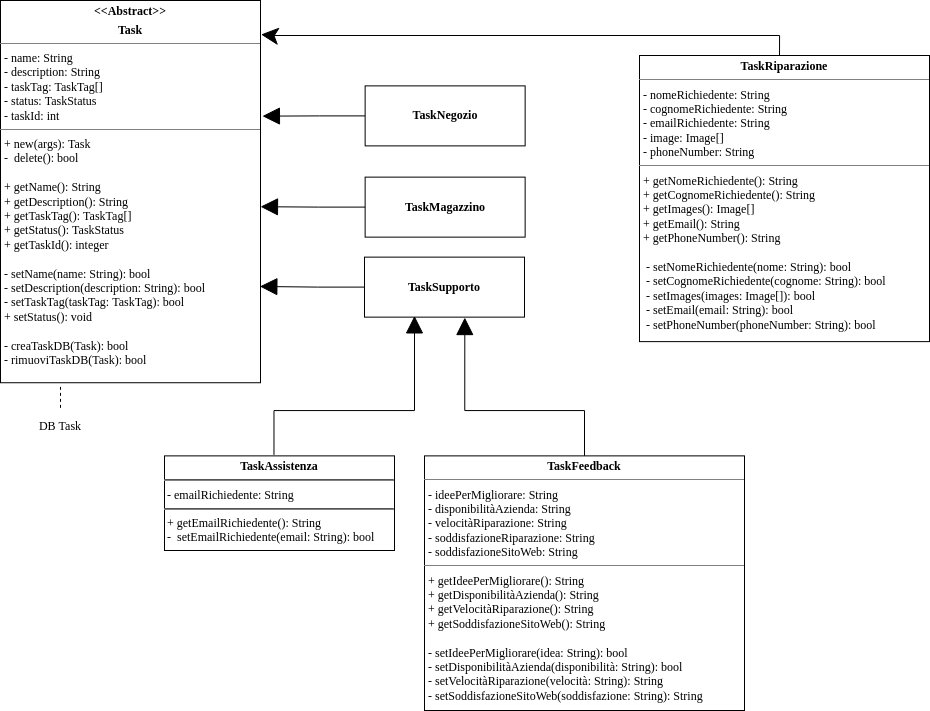
Before: third-deliverable/images/Diagramma_delle_classi_task1.png, a diagram exported from draw.io (IS-FixMi/Documentation-Source). Source tidied: cells renumbered, new cells last; positions are measured from the earlier drawing's top-left corner, leaving out a move shared by most shapes.
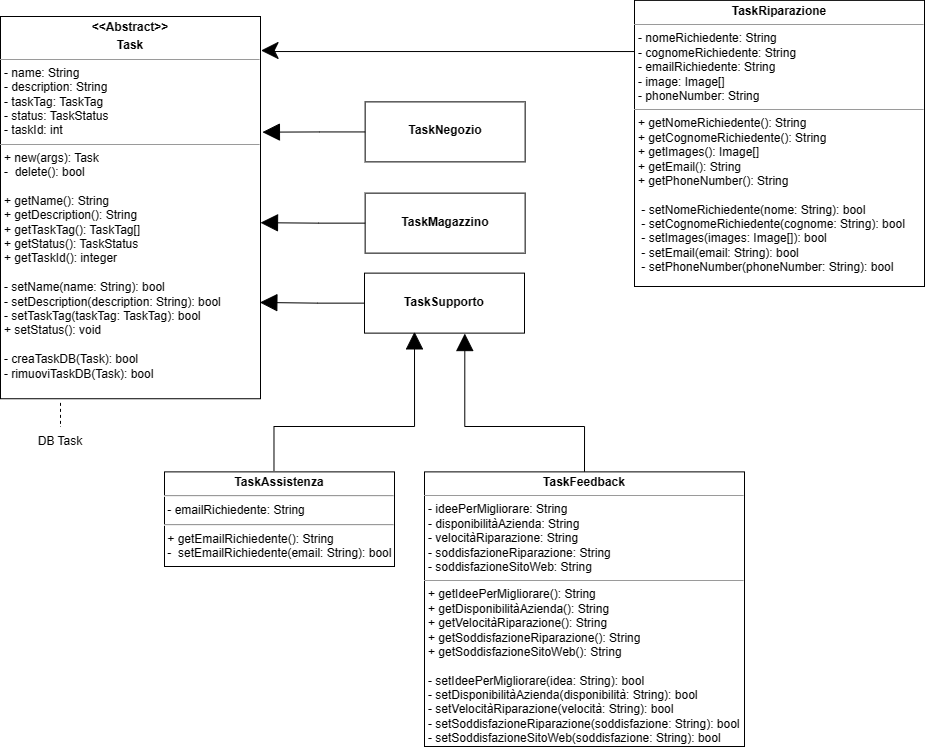
Later version of the same file.

Commit message:
Fixed some things and added descriptions of task riparazione, feedback and assistenza

The edit, as a diff of the source:
```diff
@@ -4,5 +4,5 @@
     <mxCell id="1" parent="0" />
-    <mxCell id="2" value="&lt;p style=&quot;margin:0px;margin-top:4px;text-align:center;&quot;&gt;&lt;b&gt;&amp;lt;&amp;lt;Abstract&amp;gt;&amp;gt;&lt;/b&gt;&lt;/p&gt;&lt;p style=&quot;margin:0px;margin-top:4px;text-align:center;&quot;&gt;&lt;b&gt;Task&lt;/b&gt;&lt;/p&gt;&lt;hr size=&quot;1&quot;&gt;&lt;p style=&quot;margin:0px;margin-left:4px;&quot;&gt;- name: String&lt;/p&gt;&lt;p style=&quot;margin:0px;margin-left:4px;&quot;&gt;- description: String&lt;/p&gt;&lt;p style=&quot;margin:0px;margin-left:4px;&quot;&gt;- taskTag: TaskTag[]&lt;/p&gt;&lt;p style=&quot;margin:0px;margin-left:4px;&quot;&gt;- status: TaskStatus&lt;/p&gt;&lt;p style=&quot;margin:0px;margin-left:4px;&quot;&gt;- taskId: int&lt;/p&gt;&lt;hr size=&quot;1&quot;&gt;&lt;p style=&quot;margin:0px;margin-left:4px;&quot;&gt;+ new(args): Task&lt;/p&gt;&lt;p style=&quot;margin:0px;margin-left:4px;&quot;&gt;-&amp;nbsp; delete(): bool&lt;/p&gt;&lt;p style=&quot;margin:0px;margin-left:4px;&quot;&gt;&lt;br&gt;&lt;/p&gt;&lt;p style=&quot;margin:0px;margin-left:4px;&quot;&gt;+ getName(): String&lt;/p&gt;&lt;p style=&quot;margin:0px;margin-left:4px;&quot;&gt;+ getDescription(): String&lt;/p&gt;&lt;p style=&quot;margin:0px;margin-left:4px;&quot;&gt;+ getTaskTag(): TaskTag[]&lt;/p&gt;&lt;p style=&quot;margin:0px;margin-left:4px;&quot;&gt;+ getStatus(): TaskStatus&lt;/p&gt;&lt;p style=&quot;margin:0px;margin-left:4px;&quot;&gt;&lt;span style=&quot;background-color: initial;&quot;&gt;+ getTaskId(): integer&lt;/span&gt;&lt;br&gt;&lt;/p&gt;&lt;p style=&quot;margin:0px;margin-left:4px;&quot;&gt;&lt;span style=&quot;background-color: initial;&quot;&gt;&lt;br&gt;&lt;/span&gt;&lt;/p&gt;&lt;p style=&quot;margin:0px;margin-left:4px;&quot;&gt;- setName(name: String): bool&lt;/p&gt;&lt;p style=&quot;margin:0px;margin-left:4px;&quot;&gt;- setDescription(description: String): bool&lt;/p&gt;&lt;p style=&quot;margin:0px;margin-left:4px;&quot;&gt;- setTaskTag(taskTag: TaskTag): bool&lt;/p&gt;&lt;p style=&quot;border-color: var(--border-color); margin: 0px 0px 0px 4px;&quot;&gt;+ setStatus(): void&lt;/p&gt;&lt;p style=&quot;border-color: var(--border-color); margin: 0px 0px 0px 4px;&quot;&gt;&lt;br&gt;&lt;/p&gt;&lt;p style=&quot;border-color: var(--border-color); margin: 0px 0px 0px 4px;&quot;&gt;- creaTaskDB(Task): bool&lt;/p&gt;&lt;p style=&quot;border-color: var(--border-color); margin: 0px 0px 0px 4px;&quot;&gt;- rimuoviTaskDB(Task): bool&lt;/p&gt;&lt;p style=&quot;border-color: var(--border-color); margin: 0px 0px 0px 4px;&quot;&gt;&lt;br&gt;&lt;/p&gt;&lt;div&gt;&lt;br&gt;&lt;/div&gt;" style="verticalAlign=top;align=left;overflow=fill;fontSize=12;fontFamily=Helvetica;html=1;whiteSpace=wrap;" parent="1" vertex="1">
-      <mxGeometry width="260" height="382.2" as="geometry" />
-    </mxCell>
+    <mxCell id="17" value="&lt;p style=&quot;margin:0px;margin-top:4px;text-align:center;&quot;&gt;&lt;b&gt;&amp;lt;&amp;lt;Abstract&amp;gt;&amp;gt;&lt;/b&gt;&lt;/p&gt;&lt;p style=&quot;margin:0px;margin-top:4px;text-align:center;&quot;&gt;&lt;b&gt;Task&lt;/b&gt;&lt;/p&gt;&lt;hr size=&quot;1&quot;&gt;&lt;p style=&quot;margin:0px;margin-left:4px;&quot;&gt;- name: String&lt;/p&gt;&lt;p style=&quot;margin:0px;margin-left:4px;&quot;&gt;- description: String&lt;/p&gt;&lt;p style=&quot;margin:0px;margin-left:4px;&quot;&gt;- taskTag: TaskTag&lt;/p&gt;&lt;p style=&quot;margin:0px;margin-left:4px;&quot;&gt;- status: TaskStatus&lt;/p&gt;&lt;p style=&quot;margin:0px;margin-left:4px;&quot;&gt;- taskId: int&lt;/p&gt;&lt;hr size=&quot;1&quot;&gt;&lt;p style=&quot;margin:0px;margin-left:4px;&quot;&gt;+ new(args): Task&lt;/p&gt;&lt;p style=&quot;margin:0px;margin-left:4px;&quot;&gt;-&amp;nbsp; delete(): bool&lt;/p&gt;&lt;p style=&quot;margin:0px;margin-left:4px;&quot;&gt;&lt;br&gt;&lt;/p&gt;&lt;p style=&quot;margin:0px;margin-left:4px;&quot;&gt;+ getName(): String&lt;/p&gt;&lt;p style=&quot;margin:0px;margin-left:4px;&quot;&gt;+ getDescription(): String&lt;/p&gt;&lt;p style=&quot;margin:0px;margin-left:4px;&quot;&gt;+ getTaskTag(): TaskTag[]&lt;/p&gt;&lt;p style=&quot;margin:0px;margin-left:4px;&quot;&gt;+ getStatus(): TaskStatus&lt;/p&gt;&lt;p style=&quot;margin:0px;margin-left:4px;&quot;&gt;&lt;span style=&quot;background-color: initial;&quot;&gt;+ getTaskId(): integer&lt;/span&gt;&lt;br&gt;&lt;/p&gt;&lt;p style=&quot;margin:0px;margin-left:4px;&quot;&gt;&lt;span style=&quot;background-color: initial;&quot;&gt;&lt;br&gt;&lt;/span&gt;&lt;/p&gt;&lt;p style=&quot;margin:0px;margin-left:4px;&quot;&gt;- setName(name: String): bool&lt;/p&gt;&lt;p style=&quot;margin:0px;margin-left:4px;&quot;&gt;- setDescription(description: String): bool&lt;/p&gt;&lt;p style=&quot;margin:0px;margin-left:4px;&quot;&gt;- setTaskTag(taskTag: TaskTag): bool&lt;/p&gt;&lt;p style=&quot;border-color: var(--border-color); margin: 0px 0px 0px 4px;&quot;&gt;+ setStatus(): void&lt;/p&gt;&lt;p style=&quot;border-color: var(--border-color); margin: 0px 0px 0px 4px;&quot;&gt;&lt;br&gt;&lt;/p&gt;&lt;p style=&quot;border-color: var(--border-color); margin: 0px 0px 0px 4px;&quot;&gt;- creaTaskDB(Task): bool&lt;/p&gt;&lt;p style=&quot;border-color: var(--border-color); margin: 0px 0px 0px 4px;&quot;&gt;- rimuoviTaskDB(Task): bool&lt;/p&gt;&lt;p style=&quot;border-color: var(--border-color); margin: 0px 0px 0px 4px;&quot;&gt;&lt;br&gt;&lt;/p&gt;&lt;div&gt;&lt;br&gt;&lt;/div&gt;" style="verticalAlign=top;align=left;overflow=fill;fontSize=12;fontFamily=Helvetica;html=1;whiteSpace=wrap;" parent="1" vertex="1">
+      <mxGeometry width="260" height="382.2" as="geometry" />
+    </mxCell>
     <mxCell id="3" value="&lt;p style=&quot;margin:0px;margin-top:4px;text-align:center;&quot;&gt;&lt;b&gt;&lt;br&gt;&lt;/b&gt;&lt;/p&gt;&lt;p style=&quot;margin:0px;margin-top:4px;text-align:center;&quot;&gt;&lt;b&gt;TaskMagazzino&lt;/b&gt;&lt;/p&gt;&lt;p style=&quot;margin:0px;margin-left:4px;&quot;&gt;&lt;br&gt;&lt;/p&gt;" style="verticalAlign=top;align=left;overflow=fill;fontSize=12;fontFamily=Helvetica;html=1;whiteSpace=wrap;" parent="1" vertex="1">
@@ -16,19 +16,19 @@
     </mxCell>
-    <mxCell id="6" style="edgeStyle=orthogonalEdgeStyle;rounded=0;jettySize=auto;html=1;startArrow=none;startFill=0;endSize=15;startSize=24;exitX=0.476;exitY=-0.01;exitDx=0;exitDy=0;exitPerimeter=0;endArrow=block;endFill=1;" parent="1" edge="1" source="8">
-      <mxGeometry relative="1" as="geometry">
-        <mxPoint x="414" y="315.4" as="targetPoint" />
-        <Array as="points">
-          <mxPoint x="274" y="410" />
-          <mxPoint x="414" y="410" />
-        </Array>
-      </mxGeometry>
-    </mxCell>
-    <mxCell id="7" style="edgeStyle=orthogonalEdgeStyle;rounded=0;jettySize=auto;html=1;entryX=0.627;entryY=1.007;entryDx=0;entryDy=0;startArrow=none;startFill=0;endSize=15;startSize=24;exitX=0.5;exitY=0;exitDx=0;exitDy=0;endArrow=block;endFill=1;entryPerimeter=0;" parent="1" edge="1" source="10" target="5">
-      <mxGeometry relative="1" as="geometry">
-        <Array as="points">
-          <mxPoint x="584" y="410" />
-          <mxPoint x="464" y="410" />
-        </Array>
-      </mxGeometry>
-    </mxCell>
+    <mxCell id="18" style="edgeStyle=orthogonalEdgeStyle;rounded=0;jettySize=auto;html=1;startArrow=none;startFill=0;endSize=15;startSize=24;exitX=0.476;exitY=-0.01;exitDx=0;exitDy=0;exitPerimeter=0;endArrow=block;endFill=1;" parent="1" edge="1" source="8">
+      <mxGeometry relative="1" as="geometry">
+        <mxPoint x="414" y="315.4" as="targetPoint" />
+        <Array as="points">
+          <mxPoint x="274" y="410" />
+          <mxPoint x="414" y="410" />
+        </Array>
+      </mxGeometry>
+    </mxCell>
+    <mxCell id="19" style="edgeStyle=orthogonalEdgeStyle;rounded=0;jettySize=auto;html=1;entryX=0.627;entryY=1.007;entryDx=0;entryDy=0;startArrow=none;startFill=0;endSize=15;startSize=24;exitX=0.5;exitY=0;exitDx=0;exitDy=0;endArrow=block;endFill=1;entryPerimeter=0;" parent="1" edge="1" source="21" target="5">
+      <mxGeometry relative="1" as="geometry">
+        <Array as="points">
+          <mxPoint x="584" y="410" />
+          <mxPoint x="464" y="410" />
+        </Array>
+      </mxGeometry>
+    </mxCell>
     <mxCell id="8" value="&lt;p style=&quot;margin:0px;margin-top:4px;text-align:center;&quot;&gt;&lt;b style=&quot;background-color: initial;&quot;&gt;TaskAssistenza&lt;/b&gt;&lt;/p&gt;&lt;hr&gt;&amp;nbsp;- emailRichiedente: String&lt;br&gt;&lt;hr&gt;&amp;nbsp;+ getEmailRichiedente(): String&lt;br&gt;&amp;nbsp;-&amp;nbsp; setEmailRichiedente(email: String): bool" style="verticalAlign=top;align=left;overflow=fill;fontSize=12;fontFamily=Helvetica;html=1;whiteSpace=wrap;" parent="1" vertex="1">
@@ -36,35 +36,38 @@
     </mxCell>
-    <mxCell id="9" style="edgeStyle=orthogonalEdgeStyle;rounded=0;jettySize=auto;html=1;endSize=15;entryX=1.002;entryY=0.089;entryDx=0;entryDy=0;entryPerimeter=0;" parent="1" edge="1" target="2">
-      <mxGeometry relative="1" as="geometry">
-        <mxPoint x="779" y="55.4" as="sourcePoint" />
-        <Array as="points">
-          <mxPoint x="779" y="35" />
-          <mxPoint x="270" y="35" />
-          <mxPoint x="270" y="34" />
-        </Array>
-      </mxGeometry>
-    </mxCell>
-    <mxCell id="10" value="&lt;p style=&quot;margin:0px;margin-top:4px;text-align:center;&quot;&gt;&lt;b&gt;TaskFeedback&lt;/b&gt;&lt;/p&gt;&lt;hr size=&quot;1&quot;&gt;&lt;p style=&quot;margin:0px;margin-left:4px;&quot;&gt;- ideePerMigliorare: String&lt;/p&gt;&lt;p style=&quot;margin:0px;margin-left:4px;&quot;&gt;- disponibilitàAzienda: String&lt;/p&gt;&lt;p style=&quot;margin:0px;margin-left:4px;&quot;&gt;- velocitàRiparazione: String&lt;/p&gt;&lt;p style=&quot;margin:0px;margin-left:4px;&quot;&gt;- soddisfazioneRiparazione: String&lt;/p&gt;&lt;p style=&quot;margin:0px;margin-left:4px;&quot;&gt;- soddisfazioneSitoWeb: String&lt;/p&gt;&lt;hr size=&quot;1&quot;&gt;&lt;p style=&quot;margin:0px;margin-left:4px;&quot;&gt;+ getIdeePerMigliorare(): String&lt;/p&gt;&lt;p style=&quot;margin:0px;margin-left:4px;&quot;&gt;+ getDisponibilitàAzienda(): String&lt;/p&gt;&lt;p style=&quot;margin:0px;margin-left:4px;&quot;&gt;+ getVelocitàRiparazione(): String&lt;/p&gt;&lt;p style=&quot;margin:0px;margin-left:4px;&quot;&gt;+ getSoddisfazioneSitoWeb(): String&lt;/p&gt;&lt;p style=&quot;margin:0px;margin-left:4px;&quot;&gt;&lt;br&gt;&lt;/p&gt;&lt;p style=&quot;margin:0px;margin-left:4px;&quot;&gt;- setIdeePerMigliorare(idea: String): bool&lt;/p&gt;&lt;p style=&quot;margin:0px;margin-left:4px;&quot;&gt;- setDisponibilitàAzienda(disponibilità: String): bool&lt;/p&gt;&lt;p style=&quot;margin:0px;margin-left:4px;&quot;&gt;- setVelocitàRiparazione(velocità: String): String&lt;/p&gt;&lt;p style=&quot;margin:0px;margin-left:4px;&quot;&gt;- setSoddisfazioneSitoWeb(soddisfazione: String): String&lt;/p&gt;&lt;p style=&quot;margin:0px;margin-left:4px;&quot;&gt;&lt;/p&gt;&lt;p style=&quot;margin:0px;margin-left:4px;&quot;&gt;&lt;/p&gt;&lt;p style=&quot;margin:0px;margin-left:4px;&quot;&gt;&lt;/p&gt;&lt;p style=&quot;margin:0px;margin-left:4px;&quot;&gt;&lt;/p&gt;" style="verticalAlign=top;align=left;overflow=fill;fontSize=12;fontFamily=Helvetica;html=1;whiteSpace=wrap;" parent="1" vertex="1">
-      <mxGeometry x="424" y="455.4" width="320" height="254.6" as="geometry" />
-    </mxCell>
-    <mxCell id="11" style="edgeStyle=orthogonalEdgeStyle;rounded=0;jettySize=auto;html=1;entryX=0.996;entryY=0.868;entryDx=0;entryDy=0;entryPerimeter=0;endArrow=block;endFill=1;endSize=15;" parent="1" edge="1" source="5">
-      <mxGeometry relative="1" as="geometry">
-        <mxPoint x="259.4" y="286" as="targetPoint" />
-      </mxGeometry>
-    </mxCell>
-    <mxCell id="12" style="edgeStyle=orthogonalEdgeStyle;rounded=0;jettySize=auto;html=1;entryX=0.996;entryY=0.435;entryDx=0;entryDy=0;entryPerimeter=0;endArrow=block;endFill=1;endSize=15;" parent="1" edge="1" source="3">
-      <mxGeometry relative="1" as="geometry">
-        <mxPoint x="260" y="206.2" as="targetPoint" />
-      </mxGeometry>
-    </mxCell>
-    <mxCell id="13" style="edgeStyle=orthogonalEdgeStyle;rounded=0;jettySize=auto;html=1;entryX=1.008;entryY=0.104;entryDx=0;entryDy=0;entryPerimeter=0;endArrow=block;endFill=1;endSize=15;" parent="1" edge="1" source="4">
-      <mxGeometry relative="1" as="geometry">
-        <mxPoint x="261.9" y="115.6" as="targetPoint" />
-      </mxGeometry>
-    </mxCell>
-    <mxCell id="14" style="endArrow=none;html=1;rounded=0;exitX=0.501;exitY=1.008;exitDx=0;exitDy=0;dashed=1;exitPerimeter=0;" parent="1" edge="1" target="15">
-      <mxGeometry relative="1" as="geometry">
-        <mxPoint x="60" y="386.4" as="sourcePoint" />
-      </mxGeometry>
-    </mxCell>
+    <mxCell id="20" style="edgeStyle=orthogonalEdgeStyle;rounded=0;jettySize=auto;html=1;endSize=15;entryX=1.002;entryY=0.089;entryDx=0;entryDy=0;entryPerimeter=0;" parent="1" edge="1" target="17">
+      <mxGeometry relative="1" as="geometry">
+        <mxPoint x="779" y="55.4" as="sourcePoint" />
+        <Array as="points">
+          <mxPoint x="779" y="35" />
+          <mxPoint x="270" y="35" />
+          <mxPoint x="270" y="34" />
+        </Array>
+      </mxGeometry>
+    </mxCell>
+    <mxCell id="16" value="&lt;p style=&quot;margin:0px;margin-top:4px;text-align:center;&quot;&gt;&lt;b&gt;TaskRiparazione&lt;/b&gt;&lt;/p&gt;&lt;hr size=&quot;1&quot;&gt;&lt;p style=&quot;margin:0px;margin-left:4px;&quot;&gt;&lt;span style=&quot;background-color: initial;&quot;&gt;- nomeRichiedente: String&lt;/span&gt;&lt;br&gt;&lt;/p&gt;&lt;p style=&quot;margin:0px;margin-left:4px;&quot;&gt;- cognomeRichiedente: String&lt;/p&gt;&lt;p style=&quot;margin:0px;margin-left:4px;&quot;&gt;- emailRichiedente: String&lt;/p&gt;&lt;p style=&quot;border-color: var(--border-color); margin: 0px 0px 0px 4px;&quot;&gt;- image: Image[]&lt;/p&gt;&lt;p style=&quot;border-color: var(--border-color); margin: 0px 0px 0px 4px;&quot;&gt;- phoneNumber: String&lt;/p&gt;&lt;hr size=&quot;1&quot;&gt;&lt;p style=&quot;margin:0px;margin-left:4px;&quot;&gt;+ getNomeRichiedente(): String&lt;/p&gt;&lt;p style=&quot;margin:0px;margin-left:4px;&quot;&gt;+ getCognomeRichiedente(): String&lt;/p&gt;&lt;p style=&quot;margin:0px;margin-left:4px;&quot;&gt;+ getImages(): Image[]&lt;/p&gt;&lt;p style=&quot;margin:0px;margin-left:4px;&quot;&gt;&lt;span style=&quot;background-color: initial;&quot;&gt;+ getEmail(): String&lt;/span&gt;&lt;/p&gt;&lt;p style=&quot;margin:0px;margin-left:4px;&quot;&gt;+ getPhoneNumber(): String&lt;/p&gt;&lt;p style=&quot;margin:0px;margin-left:4px;&quot;&gt;&lt;br&gt;&lt;/p&gt;&lt;p style=&quot;margin:0px;margin-left:4px;&quot;&gt;&amp;nbsp;- setNomeRichiedente(nome: String): bool&lt;/p&gt;&lt;p style=&quot;margin:0px;margin-left:4px;&quot;&gt;&lt;/p&gt;&lt;p style=&quot;margin:0px;margin-left:4px;&quot;&gt;&amp;nbsp;- setCognomeRichiedente(cognome: String): bool&lt;/p&gt;&lt;p style=&quot;margin:0px;margin-left:4px;&quot;&gt;&amp;nbsp;- setImages(images: Image[]): bool&lt;/p&gt;&lt;p style=&quot;margin:0px;margin-left:4px;&quot;&gt;&lt;span style=&quot;background-color: initial;&quot;&gt;&amp;nbsp;- setEmail(email: String): bool&lt;/span&gt;&lt;/p&gt;&lt;p style=&quot;margin:0px;margin-left:4px;&quot;&gt;&amp;nbsp;- setPhoneNumber(phoneNumber: String): bool&lt;/p&gt;&lt;p style=&quot;margin:0px;margin-left:4px;&quot;&gt;&lt;/p&gt;&lt;p style=&quot;margin:0px;margin-left:4px;&quot;&gt;&lt;/p&gt;&lt;p style=&quot;margin:0px;margin-left:4px;&quot;&gt;&lt;/p&gt;&lt;p style=&quot;margin:0px;margin-left:4px;&quot;&gt;&lt;/p&gt;" style="verticalAlign=top;align=left;overflow=fill;fontSize=12;fontFamily=Helvetica;html=1;whiteSpace=wrap;" parent="1" vertex="1">
+      <mxGeometry x="634" y="-16.1" width="290" height="286.1" as="geometry" />
+    </mxCell>
+    <mxCell id="21" value="&lt;p style=&quot;margin:0px;margin-top:4px;text-align:center;&quot;&gt;&lt;b&gt;TaskFeedback&lt;/b&gt;&lt;/p&gt;&lt;hr size=&quot;1&quot;&gt;&lt;p style=&quot;margin:0px;margin-left:4px;&quot;&gt;- ideePerMigliorare: String&lt;/p&gt;&lt;p style=&quot;margin:0px;margin-left:4px;&quot;&gt;- disponibilitàAzienda: String&lt;/p&gt;&lt;p style=&quot;margin:0px;margin-left:4px;&quot;&gt;- velocitàRiparazione: String&lt;/p&gt;&lt;p style=&quot;margin:0px;margin-left:4px;&quot;&gt;- soddisfazioneRiparazione: String&lt;/p&gt;&lt;p style=&quot;margin:0px;margin-left:4px;&quot;&gt;- soddisfazioneSitoWeb: String&lt;/p&gt;&lt;hr size=&quot;1&quot;&gt;&lt;p style=&quot;margin:0px;margin-left:4px;&quot;&gt;+ getIdeePerMigliorare(): String&lt;/p&gt;&lt;p style=&quot;margin:0px;margin-left:4px;&quot;&gt;+ getDisponibilitàAzienda(): String&lt;/p&gt;&lt;p style=&quot;margin:0px;margin-left:4px;&quot;&gt;+ getVelocitàRiparazione(): String&lt;/p&gt;&lt;p style=&quot;margin:0px;margin-left:4px;&quot;&gt;+ getSoddisfazioneRiparazione(): String&lt;/p&gt;&lt;p style=&quot;margin: 0px 0px 0px 4px;&quot;&gt;+ getSoddisfazioneSitoWeb(): String&lt;/p&gt;&lt;p style=&quot;margin: 0px 0px 0px 4px;&quot;&gt;&lt;br&gt;&lt;/p&gt;&lt;p style=&quot;margin:0px;margin-left:4px;&quot;&gt;- setIdeePerMigliorare(idea: String): bool&lt;/p&gt;&lt;p style=&quot;margin:0px;margin-left:4px;&quot;&gt;- setDisponibilitàAzienda(disponibilità: String): bool&lt;/p&gt;&lt;p style=&quot;margin:0px;margin-left:4px;&quot;&gt;- setVelocitàRiparazione(velocità: String): bool&lt;/p&gt;&lt;p style=&quot;margin:0px;margin-left:4px;&quot;&gt;- setSoddisfazioneRiparazione(soddisfazione: String): bool&lt;br&gt;&lt;/p&gt;&lt;p style=&quot;margin:0px;margin-left:4px;&quot;&gt;- setSoddisfazioneSitoWeb(soddisfazione: String): bool&lt;/p&gt;&lt;p style=&quot;margin:0px;margin-left:4px;&quot;&gt;&lt;/p&gt;&lt;p style=&quot;margin:0px;margin-left:4px;&quot;&gt;&lt;/p&gt;&lt;p style=&quot;margin:0px;margin-left:4px;&quot;&gt;&lt;/p&gt;&lt;p style=&quot;margin:0px;margin-left:4px;&quot;&gt;&lt;/p&gt;" style="verticalAlign=top;align=left;overflow=fill;fontSize=12;fontFamily=Helvetica;html=1;whiteSpace=wrap;" parent="1" vertex="1">
+      <mxGeometry x="424" y="455.4" width="320" height="274.6" as="geometry" />
+    </mxCell>
+    <mxCell id="22" style="edgeStyle=orthogonalEdgeStyle;rounded=0;jettySize=auto;html=1;entryX=0.996;entryY=0.868;entryDx=0;entryDy=0;entryPerimeter=0;endArrow=block;endFill=1;endSize=15;" parent="1" edge="1" source="5">
+      <mxGeometry relative="1" as="geometry">
+        <mxPoint x="259.4" y="286" as="targetPoint" />
+      </mxGeometry>
+    </mxCell>
+    <mxCell id="23" style="edgeStyle=orthogonalEdgeStyle;rounded=0;jettySize=auto;html=1;entryX=0.996;entryY=0.435;entryDx=0;entryDy=0;entryPerimeter=0;endArrow=block;endFill=1;endSize=15;" parent="1" edge="1" source="3">
+      <mxGeometry relative="1" as="geometry">
+        <mxPoint x="260" y="206.2" as="targetPoint" />
+      </mxGeometry>
+    </mxCell>
+    <mxCell id="24" style="edgeStyle=orthogonalEdgeStyle;rounded=0;jettySize=auto;html=1;entryX=1.008;entryY=0.104;entryDx=0;entryDy=0;entryPerimeter=0;endArrow=block;endFill=1;endSize=15;" parent="1" edge="1" source="4">
+      <mxGeometry relative="1" as="geometry">
+        <mxPoint x="261.9" y="115.6" as="targetPoint" />
+      </mxGeometry>
+    </mxCell>
+    <mxCell id="25" style="endArrow=none;html=1;rounded=0;exitX=0.501;exitY=1.008;exitDx=0;exitDy=0;dashed=1;exitPerimeter=0;" parent="1" edge="1" target="15">
+      <mxGeometry relative="1" as="geometry">
+        <mxPoint x="60" y="386.4" as="sourcePoint" />
+      </mxGeometry>
+    </mxCell>
     <mxCell id="15" value="DB Task" style="text;html=1;align=center;verticalAlign=middle;whiteSpace=wrap;rounded=0;" parent="1" vertex="1">
@@ -72,5 +75,2 @@
     </mxCell>
-    <mxCell id="16" value="&lt;p style=&quot;margin:0px;margin-top:4px;text-align:center;&quot;&gt;&lt;b&gt;TaskRiparazione&lt;/b&gt;&lt;/p&gt;&lt;hr size=&quot;1&quot;&gt;&lt;p style=&quot;margin:0px;margin-left:4px;&quot;&gt;&lt;span style=&quot;background-color: initial;&quot;&gt;- nomeRichiedente: String&lt;/span&gt;&lt;br&gt;&lt;/p&gt;&lt;p style=&quot;margin:0px;margin-left:4px;&quot;&gt;- cognomeRichiedente: String&lt;/p&gt;&lt;p style=&quot;margin:0px;margin-left:4px;&quot;&gt;- emailRichiedente: String&lt;/p&gt;&lt;p style=&quot;border-color: var(--border-color); margin: 0px 0px 0px 4px;&quot;&gt;- image: Image[]&lt;/p&gt;&lt;p style=&quot;border-color: var(--border-color); margin: 0px 0px 0px 4px;&quot;&gt;- phoneNumber: String&lt;/p&gt;&lt;hr size=&quot;1&quot;&gt;&lt;p style=&quot;margin:0px;margin-left:4px;&quot;&gt;+ getNomeRichiedente(): String&lt;/p&gt;&lt;p style=&quot;margin:0px;margin-left:4px;&quot;&gt;+ getCognomeRichiedente(): String&lt;/p&gt;&lt;p style=&quot;margin:0px;margin-left:4px;&quot;&gt;+ getImages(): Image[]&lt;/p&gt;&lt;p style=&quot;margin:0px;margin-left:4px;&quot;&gt;&lt;span style=&quot;background-color: initial;&quot;&gt;+ getEmail(): String&lt;/span&gt;&lt;/p&gt;&lt;p style=&quot;margin:0px;margin-left:4px;&quot;&gt;+ getPhoneNumber(): String&lt;/p&gt;&lt;p style=&quot;margin:0px;margin-left:4px;&quot;&gt;&lt;br&gt;&lt;/p&gt;&lt;p style=&quot;margin:0px;margin-left:4px;&quot;&gt;&amp;nbsp;- setNomeRichiedente(nome: String): bool&lt;/p&gt;&lt;p style=&quot;margin:0px;margin-left:4px;&quot;&gt;&lt;/p&gt;&lt;p style=&quot;margin:0px;margin-left:4px;&quot;&gt;&amp;nbsp;- setCognomeRichiedente(cognome: String): bool&lt;/p&gt;&lt;p style=&quot;margin:0px;margin-left:4px;&quot;&gt;&amp;nbsp;- setImages(images: Image[]): bool&lt;/p&gt;&lt;p style=&quot;margin:0px;margin-left:4px;&quot;&gt;&lt;span style=&quot;background-color: initial;&quot;&gt;&amp;nbsp;- setEmail(email: String): bool&lt;/span&gt;&lt;/p&gt;&lt;p style=&quot;margin:0px;margin-left:4px;&quot;&gt;&amp;nbsp;- setPhoneNumber(phoneNumber: String): bool&lt;/p&gt;&lt;p style=&quot;margin:0px;margin-left:4px;&quot;&gt;&lt;/p&gt;&lt;p style=&quot;margin:0px;margin-left:4px;&quot;&gt;&lt;/p&gt;&lt;p style=&quot;margin:0px;margin-left:4px;&quot;&gt;&lt;/p&gt;&lt;p style=&quot;margin:0px;margin-left:4px;&quot;&gt;&lt;/p&gt;" style="verticalAlign=top;align=left;overflow=fill;fontSize=12;fontFamily=Helvetica;html=1;whiteSpace=wrap;" parent="1" vertex="1">
-      <mxGeometry x="639" y="55" width="290" height="286.1" as="geometry" />
-    </mxCell>
   </root>
```
